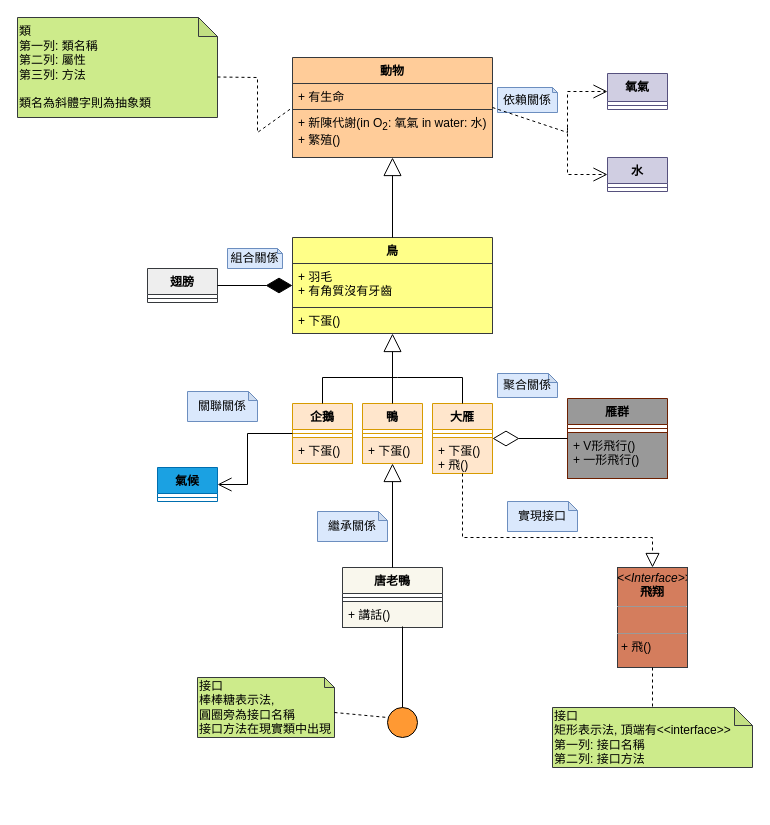
The draw.io diagram midterm report.drawio in 11024227/11024227, before the edit. Source tidied: cells renumbered, new cells numbered last; positions are measured from the earlier drawing's top-left corner, leaving out a move shared by most shapes. Both pictures are drawn from the tidied source at 100%, with x=0, y=0 at pixel (17, 17).
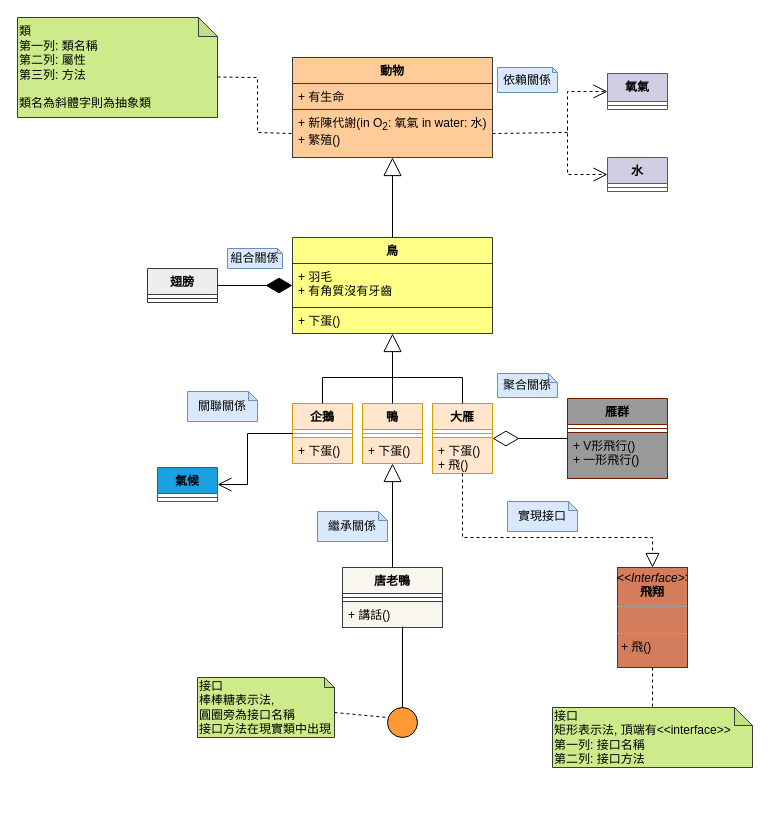
Above is the later version.

The change refers to these unchanged cells:
```xml
<mxCell id="2" value="類&lt;br&gt;第一列: 類名稱&lt;br&gt;第二列: 屬性&lt;br&gt;第三列: 方法&lt;br&gt;&lt;br&gt;類名為斜體字則為抽象類" style="shape=note;whiteSpace=wrap;html=1;backgroundOutline=1;darkOpacity=0.05;align=left;fillColor=#cdeb8b;strokeColor=#36393d;size=19;" parent="1" vertex="1">
  <mxGeometry width="200" height="100" as="geometry" />
</mxCell>
<mxCell id="3" value="動物" style="swimlane;fontStyle=1;align=center;verticalAlign=top;horizontal=1;startSize=26;whiteSpace=wrap;html=1;fillColor=#ffcc99;strokeColor=#36393d;" parent="1" vertex="1">
  <mxGeometry x="275" y="40" width="200" height="100" as="geometry" />
</mxCell>
<mxCell id="5" value="+ 新陳代謝(in O&lt;sub&gt;2&lt;/sub&gt;: 氧氣 in water: 水)&lt;br&gt;+ 繁殖()&lt;span style=&quot;border-color: var(--border-color); font-size: 10px;&quot;&gt;&lt;br style=&quot;border-color: var(--border-color);&quot;&gt;&lt;/span&gt;" style="text;strokeColor=#36393d;fillColor=#ffcc99;align=left;verticalAlign=top;spacingLeft=4;spacingRight=4;overflow=hidden;points=[[0,0.5],[1,0.5]];portConstraint=eastwest;whiteSpace=wrap;html=1;" parent="3" vertex="1">
  <mxGeometry y="52" width="200" height="48" as="geometry" />
</mxCell>
<mxCell id="8" value="氧氣" style="swimlane;fontStyle=1;align=center;verticalAlign=top;horizontal=1;startSize=28;whiteSpace=wrap;html=1;glass=0;rounded=0;shadow=0;swimlaneFillColor=none;fillColor=#d0cee2;strokeColor=#56517e;" parent="1" vertex="1">
  <mxGeometry x="590" y="56" width="60" height="36" as="geometry" />
</mxCell>
```

What changed in the source:
```diff
@@
     <mxCell id="10" value="依賴關係" style="shape=note;whiteSpace=wrap;html=1;backgroundOutline=1;darkOpacity=0.05;size=5;fillColor=#dae8fc;strokeColor=#6c8ebf;" parent="1" vertex="1">
-      <mxGeometry x="480" y="70" width="60" height="25" as="geometry" />
+      <mxGeometry x="480" y="50" width="60" height="25" as="geometry" />
     </mxCell>
@@
-    <mxCell id="53" style="endArrow=none;dashed=1;html=1;rounded=0;fontFamily=Helvetica;fontSize=12;fontColor=default;exitX=0;exitY=0;exitDx=200;exitDy=59.5;exitPerimeter=0;entryX=0;entryY=0.5;entryDx=0;entryDy=0;" parent="1" edge="1" source="2" target="3">
+    <mxCell id="53" style="endArrow=none;dashed=1;html=1;rounded=0;fontFamily=Helvetica;fontSize=12;fontColor=default;exitX=0;exitY=0;exitDx=200;exitDy=59.5;exitPerimeter=0;entryX=0;entryY=0.5;entryDx=0;entryDy=0;" parent="1" edge="1" source="2" target="5">
       <mxGeometry relative="1" as="geometry">
         <Array as="points">
           <mxPoint x="240" y="60" />
           <mxPoint x="240" y="115" />
         </Array>
       </mxGeometry>
     </mxCell>
-    <mxCell id="54" style="endArrow=open;endSize=12;dashed=1;html=1;rounded=0;fontFamily=Helvetica;fontSize=12;fontColor=default;exitX=1;exitY=0.5;exitDx=0;exitDy=0;entryX=0;entryY=0.5;entryDx=0;entryDy=0;" parent="1" edge="1" source="3" target="8">
+    <mxCell id="54" style="endArrow=open;endSize=12;dashed=1;html=1;rounded=0;fontFamily=Helvetica;fontSize=12;fontColor=default;exitX=1;exitY=0.5;exitDx=0;exitDy=0;entryX=0;entryY=0.5;entryDx=0;entryDy=0;" parent="1" edge="1" source="5" target="8">
       <mxGeometry relative="1" as="geometry">
         <Array as="points">
           <mxPoint x="550" y="115" />
           <mxPoint x="550" y="74" />
         </Array>
       </mxGeometry>
     </mxCell>
```
